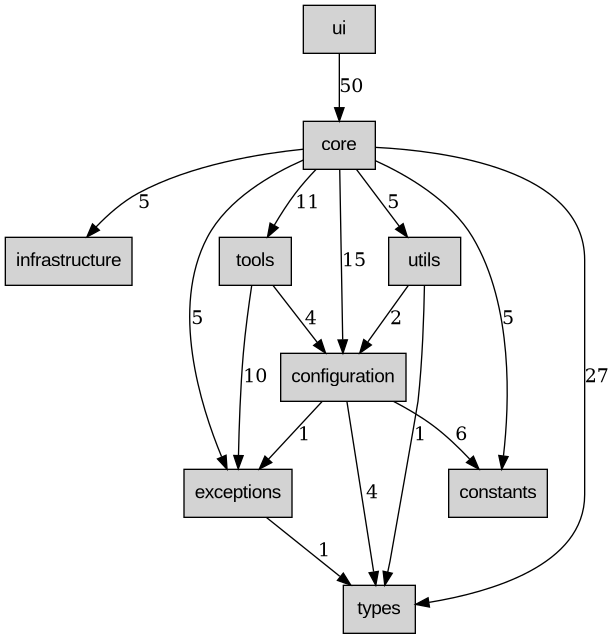
This is docs/architecture/dependencies/DEPENDENCY_LAYERS.png from ryumacodes/tunacode, a Graphviz export, as it was before one commit. Its source is kept beside it as docs/architecture/dependencies/DEPENDENCY_LAYERS.dot. The source it was exported from:
```dot
digraph tunacode_layers {
  rankdir=TB;
  node [shape=box, style=filled, fontname=Arial];

  ui [label="ui"];
  core [label="core"];
  infrastructure [label="infrastructure"];
  tools [label="tools"];
  utils [label="utils"];
  configuration [label="configuration"];
  constants [label="constants"];
  exceptions [label="exceptions"];
  types [label="types"];

  configuration -> constants [label="6"];
  configuration -> exceptions [label="1"];
  configuration -> types [label="4"];
  core -> configuration [label="15"];
  core -> constants [label="5"];
  core -> exceptions [label="5"];
  core -> infrastructure [label="5"];
  core -> tools [label="11"];
  core -> types [label="27"];
  core -> utils [label="5"];
  exceptions -> types [label="1"];
  tools -> configuration [label="4"];
  tools -> exceptions [label="10"];
  ui -> core [label="50"];
  utils -> configuration [label="2"];
  utils -> types [label="1"];
}
```
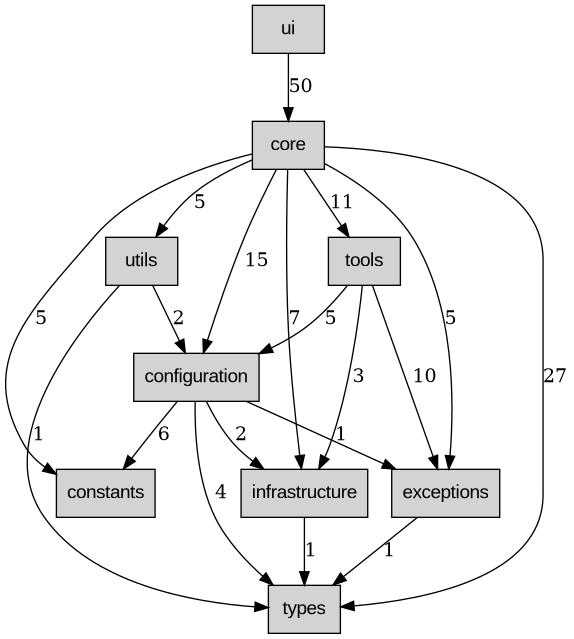
The same diagram one commit later.

Commit message:
chore: update dependency map [skip ci]

Change to the diagram source:
```diff
@@ -4,27 +4,30 @@
 
   ui [label="ui"];
   core [label="core"];
-  infrastructure [label="infrastructure"];
   tools [label="tools"];
   utils [label="utils"];
   configuration [label="configuration"];
   constants [label="constants"];
   exceptions [label="exceptions"];
+  infrastructure [label="infrastructure"];
   types [label="types"];
 
   configuration -> constants [label="6"];
   configuration -> exceptions [label="1"];
+  configuration -> infrastructure [label="2"];
   configuration -> types [label="4"];
   core -> configuration [label="15"];
   core -> constants [label="5"];
   core -> exceptions [label="5"];
-  core -> infrastructure [label="5"];
+  core -> infrastructure [label="7"];
   core -> tools [label="11"];
   core -> types [label="27"];
   core -> utils [label="5"];
   exceptions -> types [label="1"];
-  tools -> configuration [label="4"];
+  infrastructure -> types [label="1"];
+  tools -> configuration [label="5"];
   tools -> exceptions [label="10"];
+  tools -> infrastructure [label="3"];
   ui -> core [label="50"];
   utils -> configuration [label="2"];
   utils -> types [label="1"];
```
